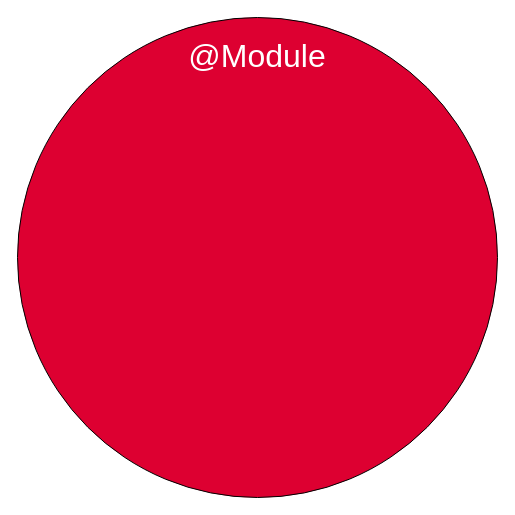
This is page "Scratchpad" (5 of 5) of TypeScript.drawio from gjungb/Zeichnungen, a draw.io file, before an edit. Source tidied: cells renumbered, new cells numbered last; positions are measured from the earlier drawing's top-left corner, leaving out a move shared by most shapes. Both pictures are drawn from the tidied source at 100%, with x=0, y=0 at pixel (17, 17).
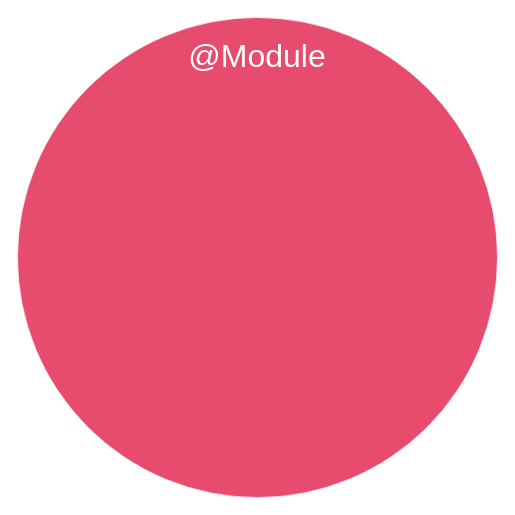
After the change.

Change to the diagram source:
```diff
@@
 <mxGraphModel>
   <root>
     <mxCell id="0" />
     <mxCell id="1" parent="0" />
-    <mxCell id="2" value="@Module" style="ellipse;whiteSpace=wrap;html=1;fillColor=#DD0031;fontSize=32;fontColor=#FFFFFF;align=center;fontFamily=Fira Code;spacingRight=0;verticalAlign=top;spacing=15;" parent="1" vertex="1">
+    <mxCell id="2" value="@Module" style="ellipse;whiteSpace=wrap;html=1;fillColor=#DD0031;fontSize=32;fontColor=#FFFFFF;align=center;fontFamily=Fira Code;spacingRight=0;verticalAlign=top;spacing=15;strokeColor=#FFFFFF;opacity=70;" parent="1" vertex="1">
       <mxGeometry width="480" height="480" as="geometry" />
     </mxCell>
   </root>
 </mxGraphModel>
```
